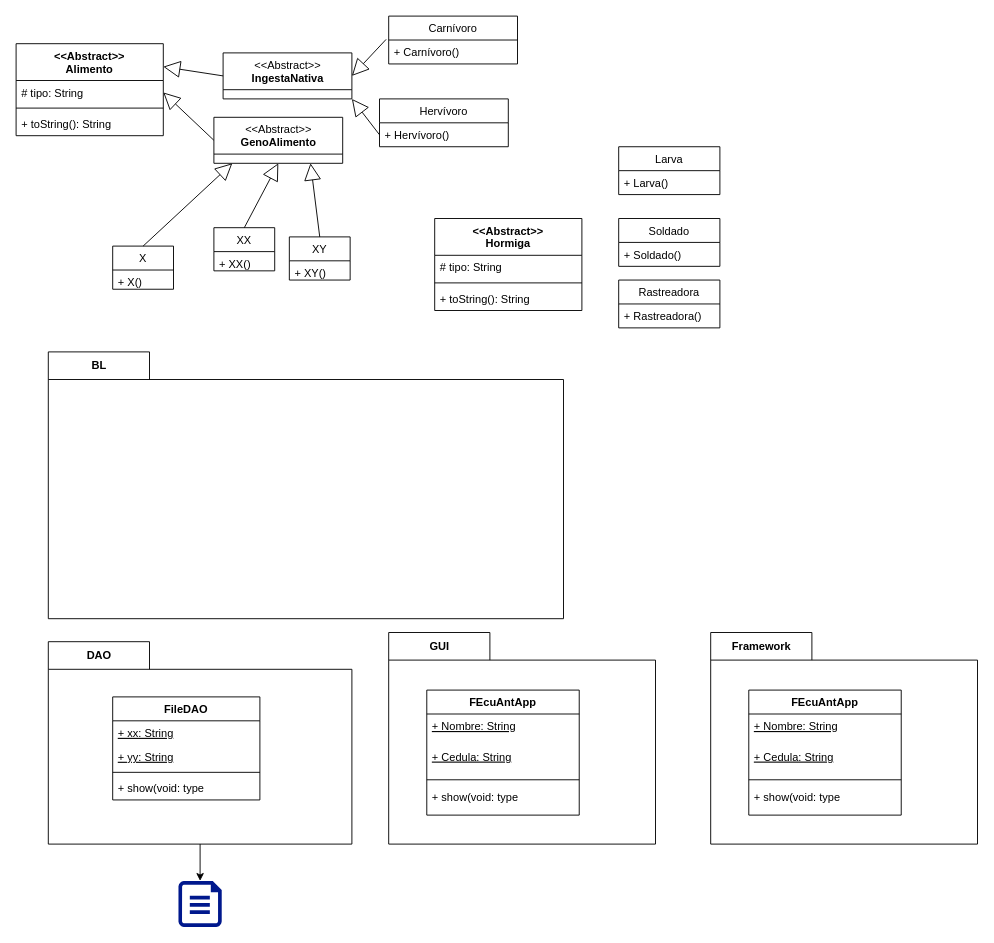
Above: Design/EGDC.dio in GMishelle/EGEcuAnt2k24A (draw.io), before the change. Source tidied: cells renumbered, new cells numbered last; positions are measured from the earlier drawing's top-left corner, leaving out a move shared by most shapes. Both pictures are drawn from the tidied source at 92%, with x=0, y=0 at pixel (16, 16).
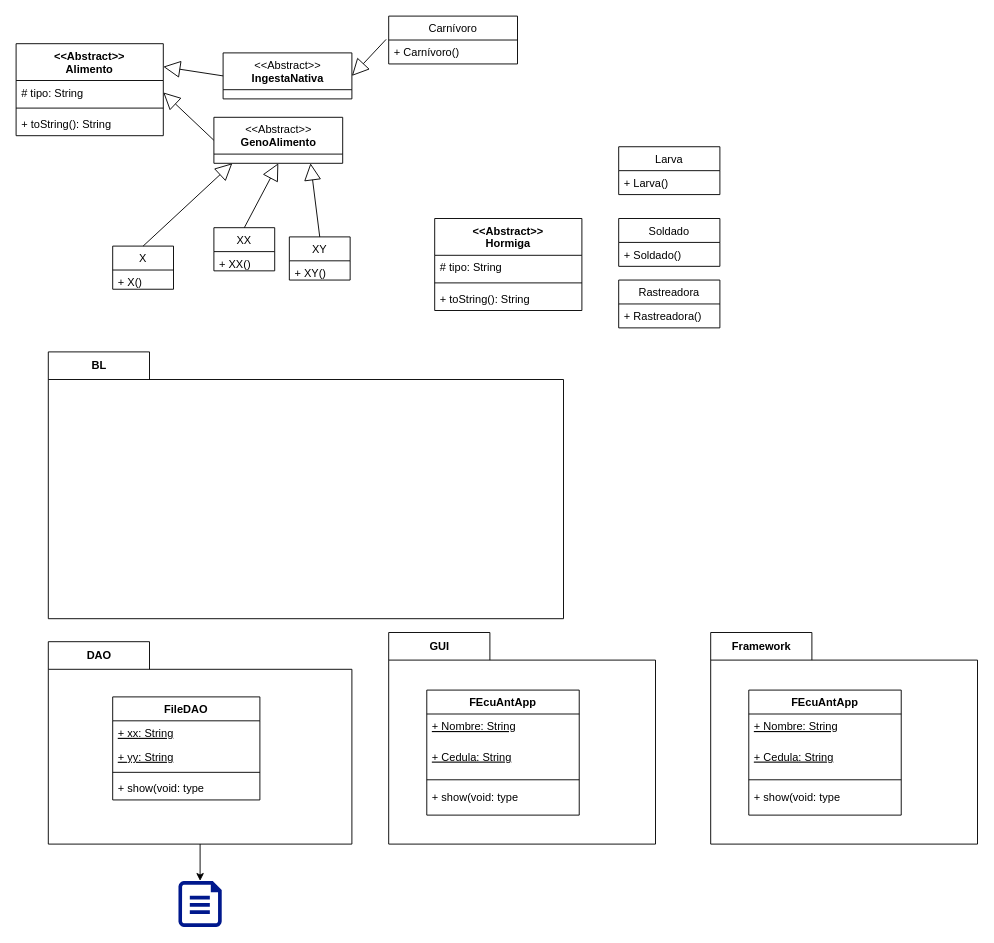
After the change.

Unchanged cells that the change refers to:
```xml
<mxCell id="27" value="&amp;lt;&amp;lt;Abstract&amp;gt;&amp;gt;&lt;br&gt;&lt;b&gt;IngestaNativa&lt;/b&gt;" style="swimlane;fontStyle=0;align=center;verticalAlign=top;horizontal=1;startSize=40;html=1;" parent="1" vertex="1">
  <mxGeometry x="225" y="40" width="140" height="50" as="geometry" />
</mxCell>
```

The edit, as a diff of the source:
```diff
@@
-    <mxCell id="22" value="Hervívoro" style="swimlane;fontStyle=0;horizontal=1;startSize=26;fillColor=none;" parent="1" vertex="1">
-      <mxGeometry x="395" y="90" width="140" height="52" as="geometry" />
-    </mxCell>
-    <mxCell id="23" value="+ Hervívoro()" style="text;strokeColor=none;fillColor=none;align=left;verticalAlign=top;spacingLeft=4;spacingRight=4;overflow=hidden;points=[[0,0.5],[1,0.5]];portConstraint=eastwest;" parent="22" vertex="1">
-      <mxGeometry y="26" width="140" height="26" as="geometry" />
-    </mxCell>
@@
-    <mxCell id="26" style="endArrow=block;endSize=16;endFill=0;html=1;exitX=0;exitY=0.5;exitDx=0;exitDy=0;entryX=1;entryY=1;entryDx=0;entryDy=0;" parent="1" edge="1" source="23" target="27">
-      <mxGeometry relative="1" as="geometry" />
-    </mxCell>
```
